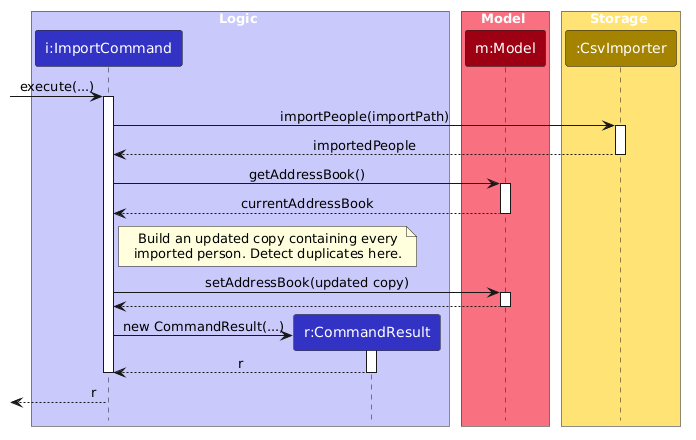
liownahum/tp keeps this PlantUML diagram as docs/images/ImportSequenceDiagram.png. Above is the earlier version. Its diagram source:
```plantuml
@startuml



!define UI_COLOR #1D8900
!define UI_COLOR_T1 #83E769
!define UI_COLOR_T2 #3FC71B
!define UI_COLOR_T3 #166800
!define UI_COLOR_T4 #0E4100

!define LOGIC_COLOR #3333C4
!define LOGIC_COLOR_T1 #C8C8FA
!define LOGIC_COLOR_T2 #6A6ADC
!define LOGIC_COLOR_T3 #1616B0
!define LOGIC_COLOR_T4 #101086

!define MODEL_COLOR #9D0012
!define MODEL_COLOR_T1 #F97181
!define MODEL_COLOR_T2 #E41F36
!define MODEL_COLOR_T3 #7B000E
!define MODEL_COLOR_T4 #51000A

!define STORAGE_COLOR #A38300
!define STORAGE_COLOR_T1 #FFE374
!define STORAGE_COLOR_T2 #EDC520
!define STORAGE_COLOR_T3 #806600
!define STORAGE_COLOR_T2 #544400

!define USER_COLOR #000000

skinparam Package {
    BackgroundColor #FFFFFF
    BorderThickness 1
    FontSize 16
}

skinparam Class {
    FontColor #FFFFFF
    FontSize 15
    BorderThickness 1
    BorderColor #FFFFFF
    StereotypeFontColor #FFFFFF
    FontName Arial
}

skinparam Actor {
    BorderColor USER_COLOR
    Color USER_COLOR
    FontName Arial
}

skinparam Sequence {
    MessageAlign center
    BoxFontSize 15
    BoxPadding 0
    BoxFontColor #FFFFFF
    FontName Arial
}

skinparam Participant {
    FontColor #FFFFFFF
    Padding 20
}

skinparam ArrowFontStyle bold
skinparam MinClassWidth 50
<style>
participant {
  Padding 10
}
</style>
skinparam Shadowing false
skinparam DefaultTextAlignment center
skinparam packageStyle Rectangle

hide footbox
hide members
hide circle

skinparam ArrowFontStyle plain

box Logic LOGIC_COLOR_T1
participant "i:ImportCommand" as ImportCommand LOGIC_COLOR
participant "r:CommandResult" as CommandResult LOGIC_COLOR
end box

box Model MODEL_COLOR_T1
participant "m:Model" as Model MODEL_COLOR
end box

box Storage STORAGE_COLOR_T1
participant ":CsvImporter" as CsvImporter STORAGE_COLOR
end box

[-> ImportCommand : execute(...)
activate ImportCommand
ImportCommand -> CsvImporter : importPeople(importPath)
activate CsvImporter
CsvImporter --> ImportCommand : importedPeople
deactivate CsvImporter

ImportCommand -> Model : getAddressBook()
activate Model
Model --> ImportCommand : currentAddressBook
deactivate Model
note right of ImportCommand
Build an updated copy containing every
imported person. Detect duplicates here.
end note
ImportCommand -> Model : setAddressBook(updated copy)
activate Model
Model --> ImportCommand
deactivate Model
create CommandResult
ImportCommand -> CommandResult : new CommandResult(...)
activate CommandResult
CommandResult --> ImportCommand : r
deactivate CommandResult
deactivate ImportCommand
[<-- ImportCommand : r
@enduml
```
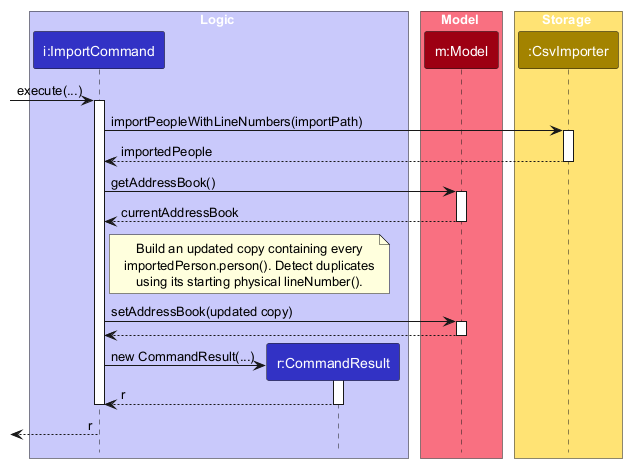
The same file after the commit.

What changed in the source:
```diff
@@ -1,83 +1,7 @@
 @startuml
-
-
-
-!define UI_COLOR #1D8900
-!define UI_COLOR_T1 #83E769
-!define UI_COLOR_T2 #3FC71B
-!define UI_COLOR_T3 #166800
-!define UI_COLOR_T4 #0E4100
-
-!define LOGIC_COLOR #3333C4
-!define LOGIC_COLOR_T1 #C8C8FA
-!define LOGIC_COLOR_T2 #6A6ADC
-!define LOGIC_COLOR_T3 #1616B0
-!define LOGIC_COLOR_T4 #101086
-
-!define MODEL_COLOR #9D0012
-!define MODEL_COLOR_T1 #F97181
-!define MODEL_COLOR_T2 #E41F36
-!define MODEL_COLOR_T3 #7B000E
-!define MODEL_COLOR_T4 #51000A
-
-!define STORAGE_COLOR #A38300
-!define STORAGE_COLOR_T1 #FFE374
-!define STORAGE_COLOR_T2 #EDC520
-!define STORAGE_COLOR_T3 #806600
-!define STORAGE_COLOR_T2 #544400
-
-!define USER_COLOR #000000
-
-skinparam Package {
-    BackgroundColor #FFFFFF
-    BorderThickness 1
-    FontSize 16
-}
-
-skinparam Class {
-    FontColor #FFFFFF
-    FontSize 15
-    BorderThickness 1
-    BorderColor #FFFFFF
-    StereotypeFontColor #FFFFFF
-    FontName Arial
-}
-
-skinparam Actor {
-    BorderColor USER_COLOR
-    Color USER_COLOR
-    FontName Arial
-}
-
-skinparam Sequence {
-    MessageAlign center
-    BoxFontSize 15
-    BoxPadding 0
-    BoxFontColor #FFFFFF
-    FontName Arial
-}
-
-skinparam Participant {
-    FontColor #FFFFFFF
-    Padding 20
-}
-
-skinparam ArrowFontStyle bold
-skinparam MinClassWidth 50
-<style>
-participant {
-  Padding 10
-}
-</style>
-skinparam Shadowing false
-skinparam DefaultTextAlignment center
-skinparam packageStyle Rectangle
-
-hide footbox
-hide members
-hide circle
-
+!include style.puml
 skinparam ArrowFontStyle plain
+skinparam sequenceMessageAlign left
 
 box Logic LOGIC_COLOR_T1
 participant "i:ImportCommand" as ImportCommand LOGIC_COLOR
@@ -94,7 +18,7 @@
 
 [-> ImportCommand : execute(...)
 activate ImportCommand
-ImportCommand -> CsvImporter : importPeople(importPath)
+ImportCommand -> CsvImporter : importPeopleWithLineNumbers(importPath)
 activate CsvImporter
 CsvImporter --> ImportCommand : importedPeople
 deactivate CsvImporter
@@ -105,7 +29,8 @@
 deactivate Model
 note right of ImportCommand
 Build an updated copy containing every
-imported person. Detect duplicates here.
+importedPerson.person(). Detect duplicates
+using its starting physical lineNumber().
 end note
 ImportCommand -> Model : setAddressBook(updated copy)
 activate Model
```
